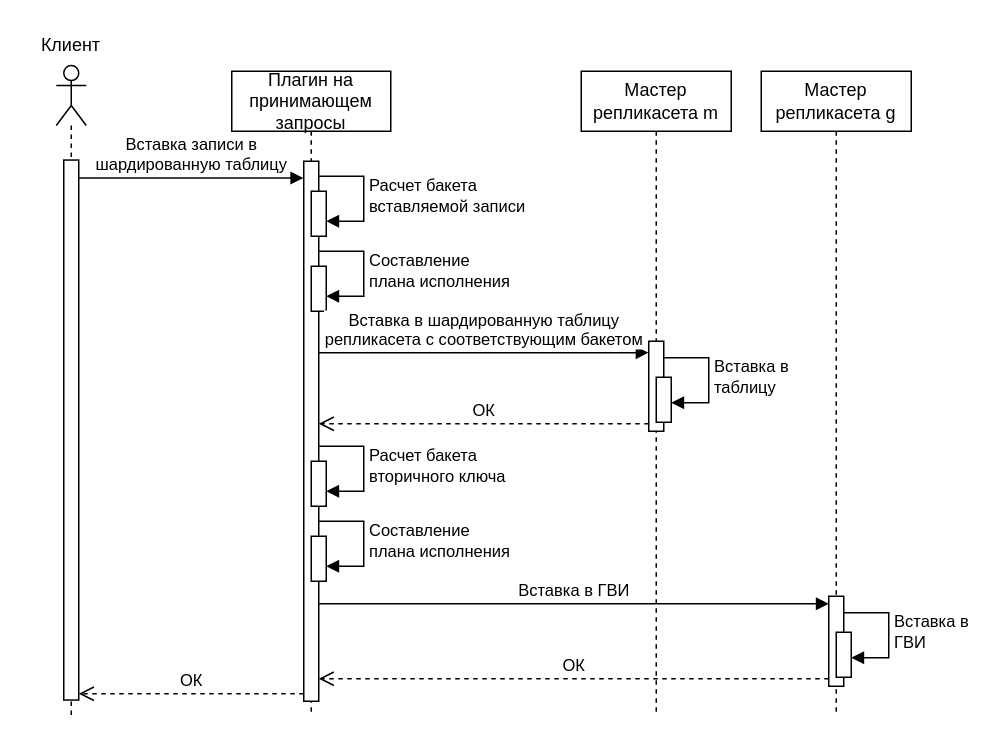
Before: page "gsi-build-seq" (7 of 17) of schemas.drawio in vitosotdihaet/pind, a draw.io diagram. Source tidied: cells renumbered, new cells numbered last; positions are measured from the earlier drawing's top-left corner, leaving out a move shared by most shapes. Both pictures are drawn from the tidied source at 150%, with x=0, y=0 at pixel (26, 26).
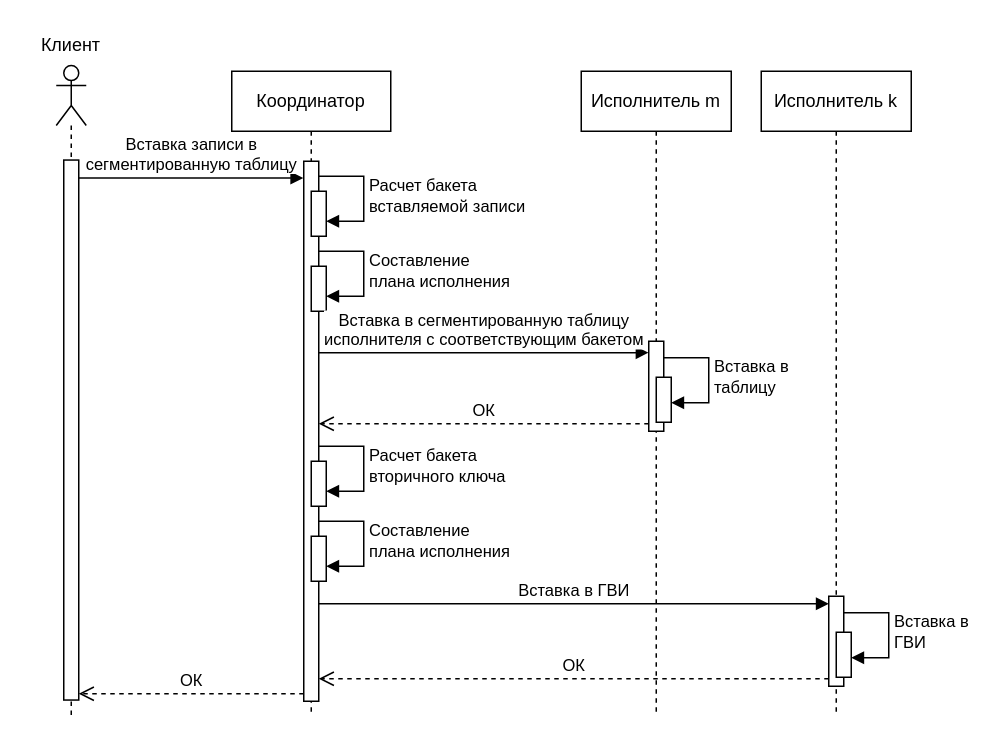
The same diagram, later.

The change refers to these unchanged cells:
```xml
<mxCell id="3" style="html=1;points=[[0,0,0,0,5],[0,1,0,0,-5],[1,0,0,0,5],[1,1,0,0,-5]];perimeter=orthogonalPerimeter;outlineConnect=0;targetShapes=umlLifeline;portConstraint=eastwest;newEdgeStyle={&quot;curved&quot;:0,&quot;rounded&quot;:0};" parent="2" vertex="1">
  <mxGeometry x="48" y="60" width="10" height="360" as="geometry" />
</mxCell>
<mxCell id="14" style="html=1;points=[[0,0,0,0,5],[0,1,0,0,-5],[1,0,0,0,5],[1,1,0,0,-5]];perimeter=orthogonalPerimeter;outlineConnect=0;targetShapes=umlLifeline;portConstraint=eastwest;newEdgeStyle={&quot;curved&quot;:0,&quot;rounded&quot;:0};" parent="12" vertex="1">
  <mxGeometry x="45" y="180" width="10" height="60" as="geometry" />
</mxCell>
<mxCell id="19" style="html=1;points=[[0,0,0,0,5],[0,1,0,0,-5],[1,0,0,0,5],[1,1,0,0,-5]];perimeter=orthogonalPerimeter;outlineConnect=0;targetShapes=umlLifeline;portConstraint=eastwest;newEdgeStyle={&quot;curved&quot;:0,&quot;rounded&quot;:0};" parent="18" vertex="1">
  <mxGeometry x="5" y="63" width="10" height="360" as="geometry" />
</mxCell>
```

Change to the diagram source:
```diff
@@
-    <mxCell id="2" value="Плагин на принимающем запросы" style="shape=umlLifeline;perimeter=lifelinePerimeter;whiteSpace=wrap;html=1;newEdgeStyle={&quot;edgeStyle&quot;:&quot;elbowEdgeStyle&quot;,&quot;elbow&quot;:&quot;vertical&quot;,&quot;curved&quot;:0,&quot;rounded&quot;:0};" parent="1" vertex="1">
+    <mxCell id="2" value="Координатор" style="shape=umlLifeline;perimeter=lifelinePerimeter;whiteSpace=wrap;html=1;newEdgeStyle={&quot;edgeStyle&quot;:&quot;elbowEdgeStyle&quot;,&quot;elbow&quot;:&quot;vertical&quot;,&quot;curved&quot;:0,&quot;rounded&quot;:0};" parent="1" vertex="1">
       <mxGeometry x="137" y="30" width="106" height="430" as="geometry" />
     </mxCell>
@@
-    <mxCell id="12" value="Мастер репликасета m" style="shape=umlLifeline;perimeter=lifelinePerimeter;whiteSpace=wrap;html=1;newEdgeStyle={&quot;edgeStyle&quot;:&quot;elbowEdgeStyle&quot;,&quot;elbow&quot;:&quot;vertical&quot;,&quot;curved&quot;:0,&quot;rounded&quot;:0};" parent="1" vertex="1">
+    <mxCell id="12" value="Исполнитель m" style="shape=umlLifeline;perimeter=lifelinePerimeter;whiteSpace=wrap;html=1;newEdgeStyle={&quot;edgeStyle&quot;:&quot;elbowEdgeStyle&quot;,&quot;elbow&quot;:&quot;vertical&quot;,&quot;curved&quot;:0,&quot;rounded&quot;:0};" parent="1" vertex="1">
       <mxGeometry x="370" y="30" width="100" height="430" as="geometry" />
     </mxCell>
@@
-    <mxCell id="16" value="&lt;div&gt;Вставка записи в&lt;/div&gt;&lt;div&gt;шардированную таблицу&lt;/div&gt;" style="html=1;verticalAlign=bottom;endArrow=block;curved=0;rounded=0;entryX=-0.032;entryY=0.031;entryDx=0;entryDy=0;entryPerimeter=0;" parent="1" edge="1" source="19" target="3">
+    <mxCell id="16" value="&lt;div&gt;Вставка записи в&lt;/div&gt;&lt;div&gt;сегментированную таблицу&lt;/div&gt;" style="html=1;verticalAlign=bottom;endArrow=block;curved=0;rounded=0;entryX=-0.032;entryY=0.031;entryDx=0;entryDy=0;entryPerimeter=0;" parent="1" edge="1" source="19" target="3">
       <mxGeometry relative="1" as="geometry" />
     </mxCell>
@@
-    <mxCell id="21" value="&lt;div&gt;Вставка в шардированную таблицу&lt;/div&gt;&lt;div&gt;репликасета с соответствующим бакетом&lt;/div&gt;" style="html=1;verticalAlign=bottom;endArrow=block;curved=0;rounded=0;entryX=-0.012;entryY=0.127;entryDx=0;entryDy=0;entryPerimeter=0;" parent="1" edge="1" source="3" target="14">
+    <mxCell id="21" value="&lt;div&gt;Вставка в сегментированную таблицу&lt;/div&gt;&lt;div&gt;исполнителя с соответствующим бакетом&lt;/div&gt;" style="html=1;verticalAlign=bottom;endArrow=block;curved=0;rounded=0;entryX=-0.012;entryY=0.127;entryDx=0;entryDy=0;entryPerimeter=0;" parent="1" edge="1" source="3" target="14">
       <mxGeometry relative="1" as="geometry" />
     </mxCell>
@@
-    <mxCell id="23" value="Мастер репликасета g" style="shape=umlLifeline;perimeter=lifelinePerimeter;whiteSpace=wrap;html=1;newEdgeStyle={&quot;edgeStyle&quot;:&quot;elbowEdgeStyle&quot;,&quot;elbow&quot;:&quot;vertical&quot;,&quot;curved&quot;:0,&quot;rounded&quot;:0};" parent="1" vertex="1">
+    <mxCell id="23" value="Исполнитель k" style="shape=umlLifeline;perimeter=lifelinePerimeter;whiteSpace=wrap;html=1;newEdgeStyle={&quot;edgeStyle&quot;:&quot;elbowEdgeStyle&quot;,&quot;elbow&quot;:&quot;vertical&quot;,&quot;curved&quot;:0,&quot;rounded&quot;:0};" parent="1" vertex="1">
       <mxGeometry x="490" y="30" width="100" height="430" as="geometry" />
     </mxCell>
```
